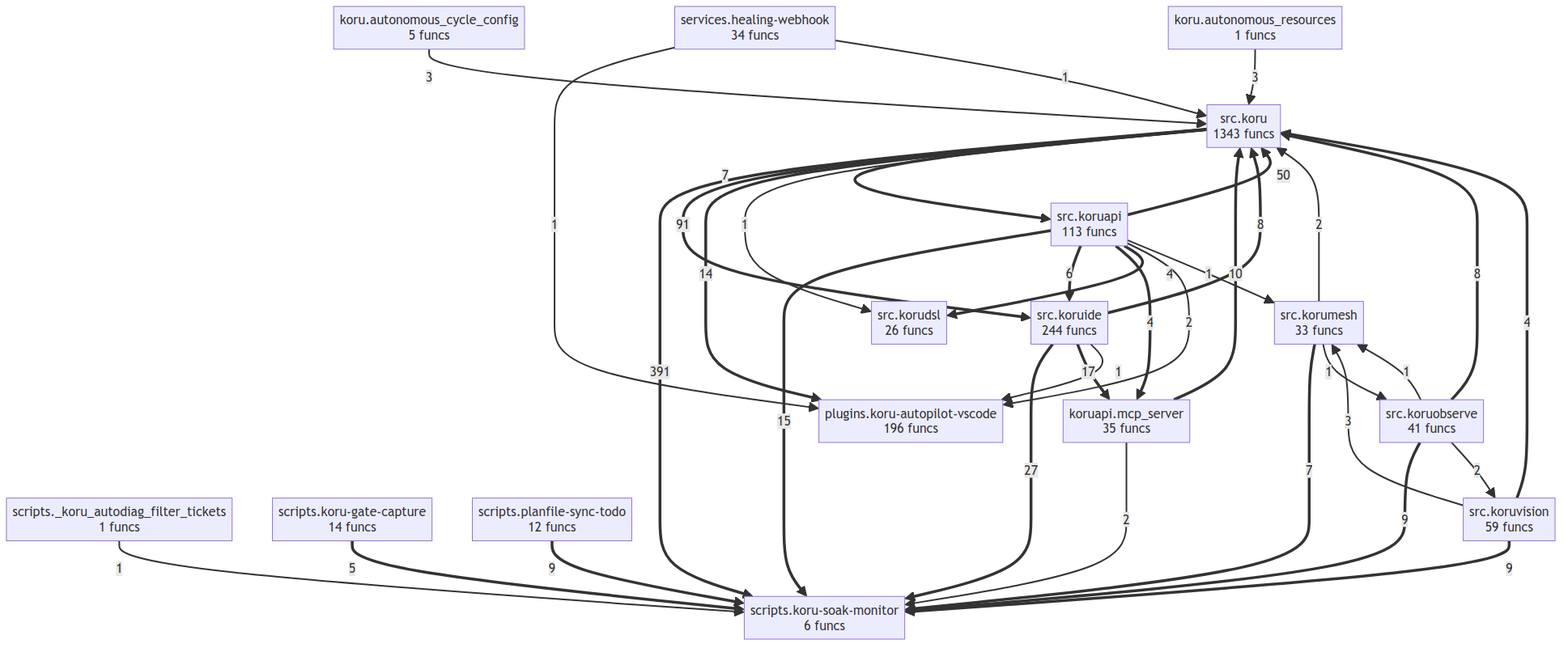
Earlier version of the Mermaid export project/compact_flow.png (semcod/koru). Its source is kept beside it as project/compact_flow.mmd.
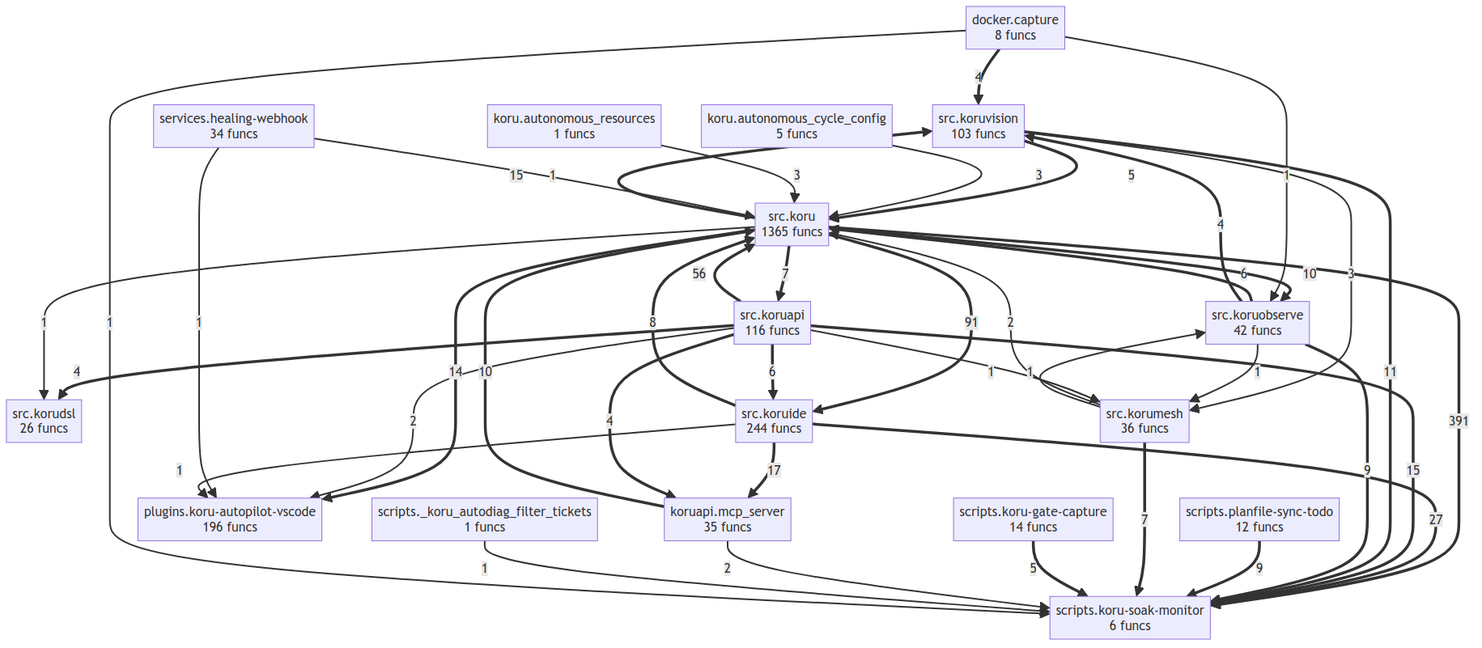
The same file after the commit.

Diff of the diagram source:
```diff
@@ -1,4 +1,5 @@
 flowchart TD
+    docker__capture["docker.capture<br/>8 funcs"]
     koru__autonomous_cycle_config["koru.autonomous_cycle_config<br/>5 funcs"]
     koru__autonomous_resources["koru.autonomous_resources<br/>1 funcs"]
     koruapi__mcp_server["koruapi.mcp_server<br/>35 funcs"]
@@ -8,45 +9,50 @@
     scripts__koru_soak_monitor["scripts.koru-soak-monitor<br/>6 funcs"]
     scripts__planfile_sync_todo["scripts.planfile-sync-todo<br/>12 funcs"]
     services__healing_webhook["services.healing-webhook<br/>34 funcs"]
-    src__koru["src.koru<br/>1343 funcs"]
-    src__koruapi["src.koruapi<br/>113 funcs"]
+    src__koru["src.koru<br/>1365 funcs"]
+    src__koruapi["src.koruapi<br/>116 funcs"]
     src__korudsl["src.korudsl<br/>26 funcs"]
     src__koruide["src.koruide<br/>244 funcs"]
-    src__korumesh["src.korumesh<br/>33 funcs"]
-    src__koruobserve["src.koruobserve<br/>41 funcs"]
-    src__koruvision["src.koruvision<br/>59 funcs"]
+    src__korumesh["src.korumesh<br/>36 funcs"]
+    src__koruobserve["src.koruobserve<br/>42 funcs"]
+    src__koruvision["src.koruvision<br/>103 funcs"]
     src__koru ==>|391| scripts__koru_soak_monitor
     src__koru ==>|91| src__koruide
-    src__koruapi ==>|50| src__koru
+    src__koruapi ==>|56| src__koru
     src__koruide ==>|27| scripts__koru_soak_monitor
     src__koruide ==>|17| koruapi__mcp_server
     src__koruapi ==>|15| scripts__koru_soak_monitor
+    src__koru ==>|15| src__koruvision
     src__koru ==>|14| plugins__koru_autopilot_vscode
+    src__koruvision ==>|11| scripts__koru_soak_monitor
     koruapi__mcp_server ==>|10| src__koru
+    src__koru ==>|10| src__koruobserve
+    src__koruobserve ==>|9| scripts__koru_soak_monitor
     scripts__planfile_sync_todo ==>|9| scripts__koru_soak_monitor
-    src__koruobserve ==>|9| scripts__koru_soak_monitor
-    src__koruvision ==>|9| scripts__koru_soak_monitor
     src__koruide ==>|8| src__koru
-    src__koruobserve ==>|8| src__koru
+    src__korumesh ==>|7| scripts__koru_soak_monitor
     src__koru ==>|7| src__koruapi
-    src__korumesh ==>|7| scripts__koru_soak_monitor
+    src__koruobserve ==>|6| src__koru
     src__koruapi ==>|6| src__koruide
+    src__koruvision ==>|5| src__koru
     scripts__koru_gate_capture ==>|5| scripts__koru_soak_monitor
+    src__koruobserve ==>|4| src__koruvision
     src__koruapi ==>|4| koruapi__mcp_server
     src__koruapi ==>|4| src__korudsl
-    src__koruvision ==>|4| src__koru
+    docker__capture ==>|4| src__koruvision
+    src__koruvision -->|3| src__korumesh
     koru__autonomous_cycle_config -->|3| src__koru
     koru__autonomous_resources -->|3| src__koru
-    src__koruvision -->|3| src__korumesh
     src__koruapi -->|2| plugins__koru_autopilot_vscode
     koruapi__mcp_server -->|2| scripts__koru_soak_monitor
-    src__koruobserve -->|2| src__koruvision
     src__korumesh -->|2| src__koru
     services__healing_webhook -->|1| plugins__koru_autopilot_vscode
     services__healing_webhook -->|1| src__koru
-    src__koruide -->|1| plugins__koru_autopilot_vscode
-    scripts___koru_autodiag_filter_tickets -->|1| scripts__koru_soak_monitor
     src__koruobserve -->|1| src__korumesh
     src__korumesh -->|1| src__koruobserve
+    src__koruide -->|1| plugins__koru_autopilot_vscode
     src__koru -->|1| src__korudsl
+    scripts___koru_autodiag_filter_tickets -->|1| scripts__koru_soak_monitor
     src__koruapi -->|1| src__korumesh
+    docker__capture -->|1| src__koruobserve
+    docker__capture -->|1| scripts__koru_soak_monitor
```
